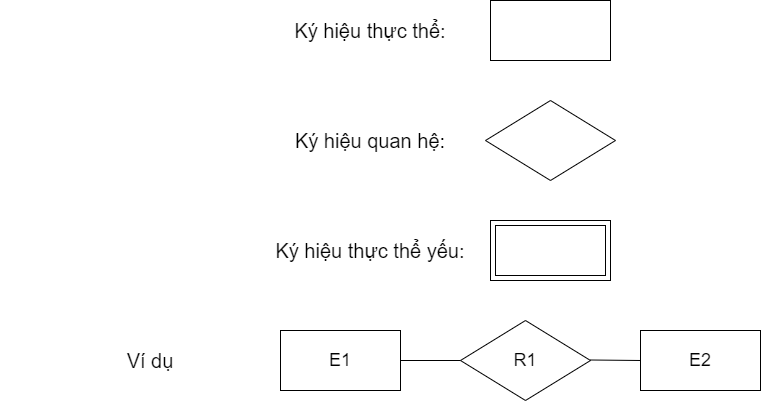
Earlier version of the draw.io export Chương 2 (Ký hiệu).png (datnham0212/learning). Source tidied: cells renumbered, new cells last; positions are measured from the earlier drawing's top-left corner, leaving out a move shared by most shapes.
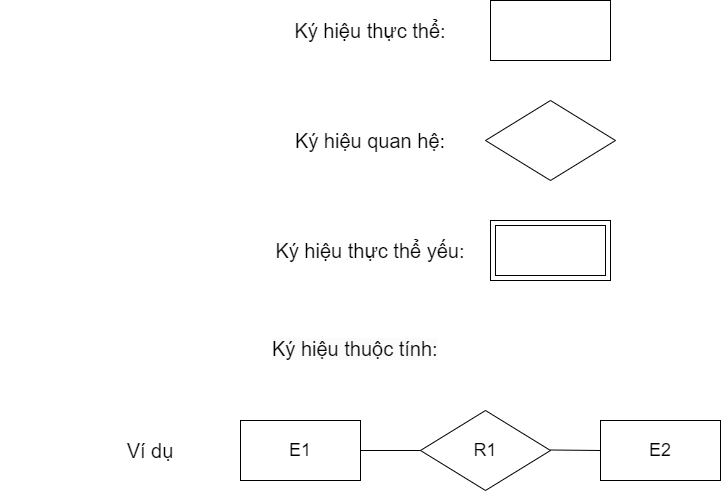
Later version of the same file.

Change to the diagram source:
```diff
@@ -9,10 +9,10 @@
       <mxGeometry x="220" width="300" height="60" as="geometry" />
     </mxCell>
     <mxCell id="4" value="&lt;span style=&quot;font-size: 20px;&quot;&gt;Ví dụ&lt;/span&gt;" style="text;html=1;strokeColor=none;fillColor=none;align=center;verticalAlign=middle;whiteSpace=wrap;rounded=0;" parent="1" vertex="1">
-      <mxGeometry y="330" width="300" height="60" as="geometry" />
+      <mxGeometry y="420" width="300" height="60" as="geometry" />
     </mxCell>
     <mxCell id="5" value="E1" style="rounded=0;whiteSpace=wrap;html=1;fontSize=18;" parent="1" vertex="1">
-      <mxGeometry x="280" y="330" width="120" height="60" as="geometry" />
+      <mxGeometry x="240" y="420" width="120" height="60" as="geometry" />
     </mxCell>
     <mxCell id="6" value="&lt;span style=&quot;font-size: 20px;&quot;&gt;Ký hiệu quan hệ:&lt;/span&gt;" style="text;html=1;strokeColor=none;fillColor=none;align=center;verticalAlign=middle;whiteSpace=wrap;rounded=0;" parent="1" vertex="1">
       <mxGeometry x="220" y="110" width="300" height="60" as="geometry" />
@@ -27,21 +27,24 @@
       <mxGeometry x="220" y="220" width="300" height="60" as="geometry" />
     </mxCell>
     <mxCell id="10" value="E2" style="rounded=0;whiteSpace=wrap;html=1;fontSize=18;" parent="1" vertex="1">
-      <mxGeometry x="640" y="330" width="120" height="60" as="geometry" />
+      <mxGeometry x="600" y="420" width="120" height="60" as="geometry" />
     </mxCell>
     <mxCell id="11" value="R1" style="rhombus;whiteSpace=wrap;html=1;fontSize=18;" parent="1" vertex="1">
-      <mxGeometry x="460" y="320" width="130" height="80" as="geometry" />
+      <mxGeometry x="420" y="410" width="130" height="80" as="geometry" />
     </mxCell>
     <mxCell id="12" style="endArrow=none;html=1;rounded=0;entryX=0;entryY=0.5;entryDx=0;entryDy=0;" parent="1" edge="1" target="11">
       <mxGeometry relative="1" as="geometry">
-        <mxPoint x="400" y="360" as="sourcePoint" />
+        <mxPoint x="360" y="450" as="sourcePoint" />
       </mxGeometry>
     </mxCell>
     <mxCell id="13" style="endArrow=none;html=1;rounded=0;" parent="1" edge="1">
       <mxGeometry relative="1" as="geometry">
-        <mxPoint x="590" y="359.5" as="sourcePoint" />
-        <mxPoint x="640" y="360" as="targetPoint" />
+        <mxPoint x="550" y="449.5" as="sourcePoint" />
+        <mxPoint x="600" y="450" as="targetPoint" />
       </mxGeometry>
     </mxCell>
+    <mxCell id="14" value="&lt;span style=&quot;color: rgb(0, 0, 0); font-family: Helvetica; font-size: 20px; font-style: normal; font-variant-ligatures: normal; font-variant-caps: normal; font-weight: 400; letter-spacing: normal; orphans: 2; text-align: center; text-indent: 0px; text-transform: none; widows: 2; word-spacing: 0px; -webkit-text-stroke-width: 0px; background-color: rgb(251, 251, 251); text-decoration-thickness: initial; text-decoration-style: initial; text-decoration-color: initial; float: none; display: inline !important;&quot;&gt;Ký hiệu thuộc tính:&lt;/span&gt;" style="text;whiteSpace=wrap;html=1;" parent="1" vertex="1">
+      <mxGeometry x="270" y="330" width="220" height="50" as="geometry" />
+    </mxCell>
   </root>
 </mxGraphModel>
```
